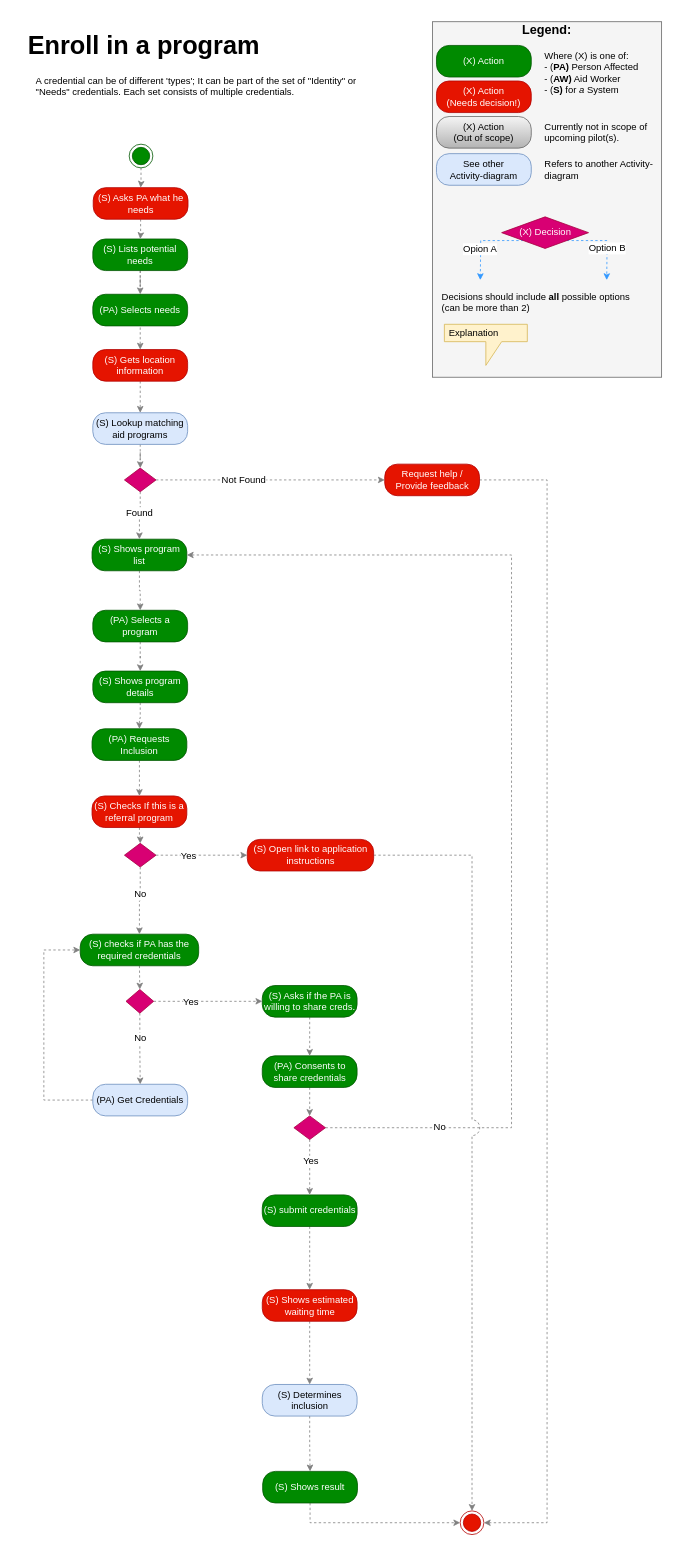
Earlier version of the draw.io diagram Activity Diagrams/Enroll in a program activity.drawio (nsward/diagrams). Source tidied: cells renumbered, new cells numbered last; positions are measured from the earlier drawing's top-left corner, leaving out a move shared by most shapes. Both pictures are drawn from the tidied source at 79%, with x=0, y=0 at pixel (13, 13).
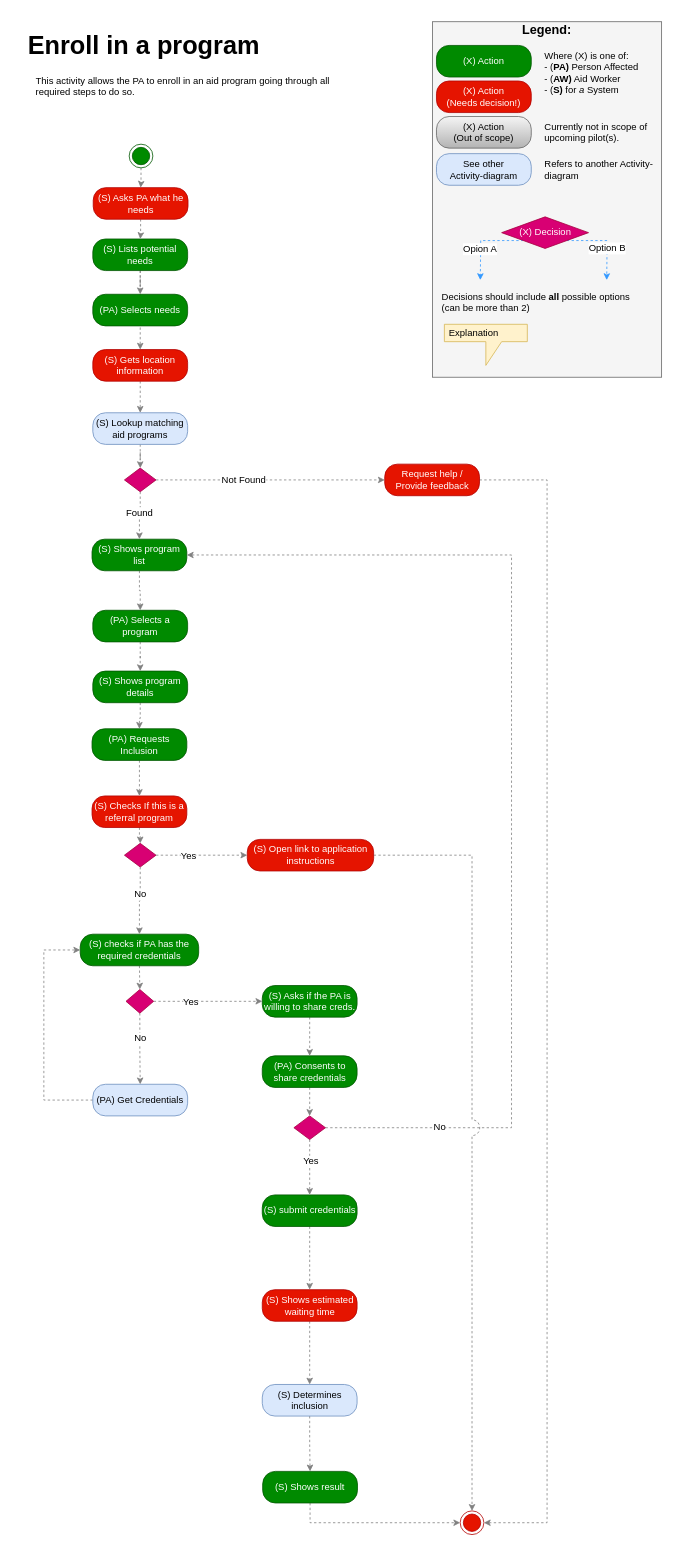
The same diagram, later.

The edit, as a diff of the source:
```diff
@@
-    <mxCell id="83" value="&lt;p&gt;A credential can be of different 'types'; It can be part of the set of &quot;Identity&quot; or &quot;Needs&quot; credentials. Each set consists of multiple credentials.&lt;/p&gt;" style="text;html=1;strokeColor=none;fillColor=none;spacing=8;spacingTop=-20;whiteSpace=wrap;overflow=hidden;rounded=0;align=left;" parent="1" vertex="1">
+    <mxCell id="83" value="&lt;p&gt;This activity allows the PA to enroll in an aid program going through all required steps to do so.&lt;/p&gt;" style="text;html=1;strokeColor=none;fillColor=none;spacing=8;spacingTop=-20;whiteSpace=wrap;overflow=hidden;rounded=0;align=left;" parent="1" vertex="1">
       <mxGeometry x="20" y="73" width="432" height="57" as="geometry" />
     </mxCell>
```
